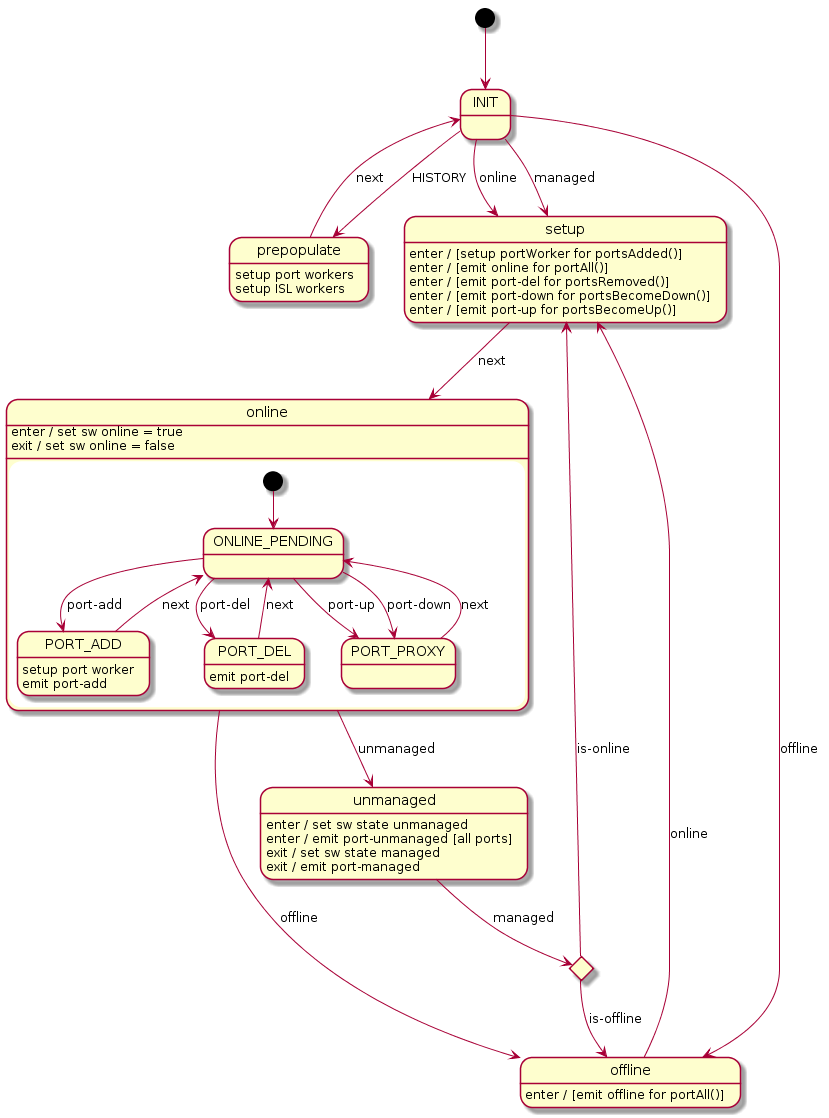
jangwonpark74/open-kilda keeps this PlantUML diagram as docs/design/network-discovery/switch-FSM.png. Above is the earlier version.
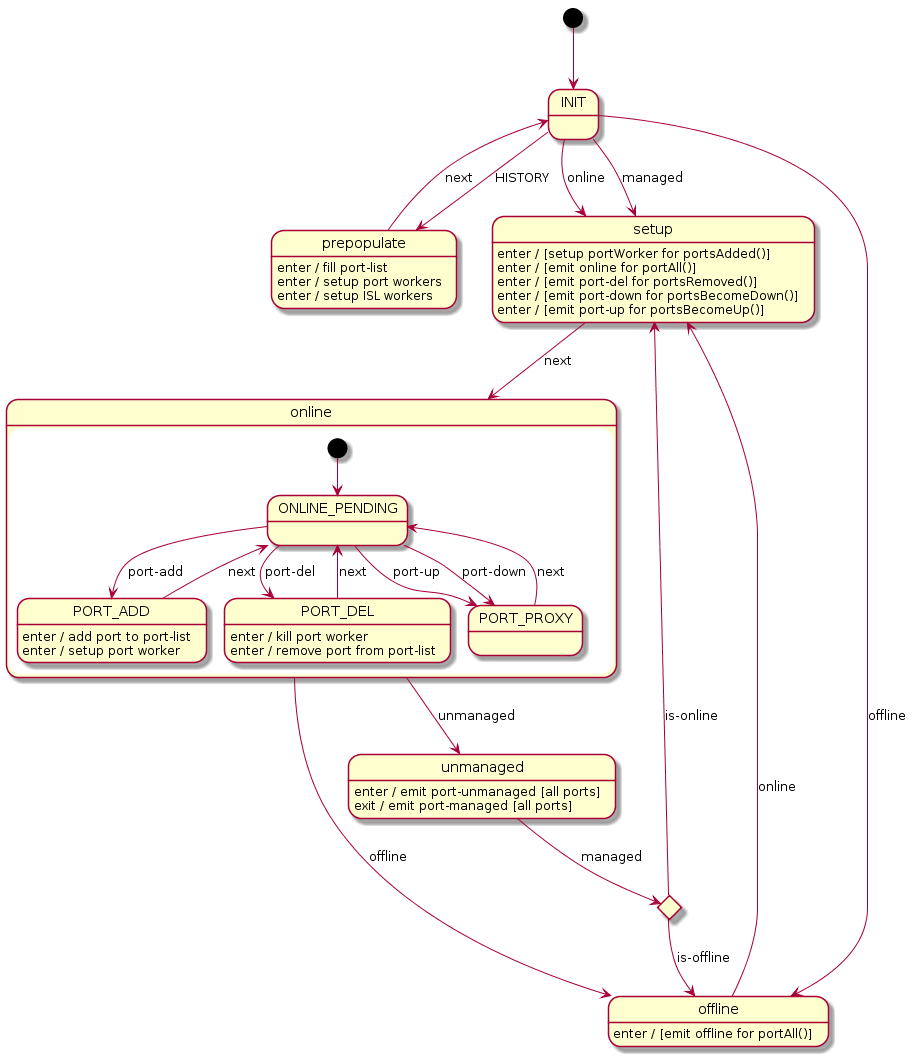
Above is the later version.

The edit, as a diff of the source:
```diff
@@ -8,8 +8,9 @@
 INIT --> setup : online
 INIT --> offline : offline
 
-prepopulate : setup port workers
-prepopulate : setup ISL workers
+prepopulate : enter / fill port-list
+prepopulate : enter / setup port workers
+prepopulate : enter / setup ISL workers
 prepopulate --> INIT : next
 
 switchSync --> setup : is-online
@@ -23,8 +24,6 @@
 setup --> online : next
 
 state online {
-    online : enter / set sw online = true
-    online : exit / set sw online = false
     [*] --> ONLINE_PENDING
 
     ONLINE_PENDING --> PORT_ADD : port-add
@@ -32,11 +31,12 @@
     ONLINE_PENDING --> PORT_PROXY : port-up
     ONLINE_PENDING --> PORT_PROXY : port-down
 
-    PORT_ADD : setup port worker
-    PORT_ADD : emit port-add
+    PORT_ADD : enter / add port to port-list
+    PORT_ADD : enter / setup port worker
     PORT_ADD --> ONLINE_PENDING : next
 
-    PORT_DEL : emit port-del
+    PORT_DEL : enter / kill port worker
+    PORT_DEL : enter / remove port from port-list
     PORT_DEL --> ONLINE_PENDING : next
 
     PORT_PROXY --> ONLINE_PENDING : next
@@ -47,10 +47,8 @@
 offline : enter / [emit offline for portAll()]
 offline --> setup : online
 
-unmanaged : enter / set sw state unmanaged
 unmanaged : enter / emit port-unmanaged [all ports]
-unmanaged : exit / set sw state managed
-unmanaged : exit / emit port-managed
+unmanaged : exit / emit port-managed [all ports]
 unmanaged --> switchSync : managed
 
 @enduml
```
